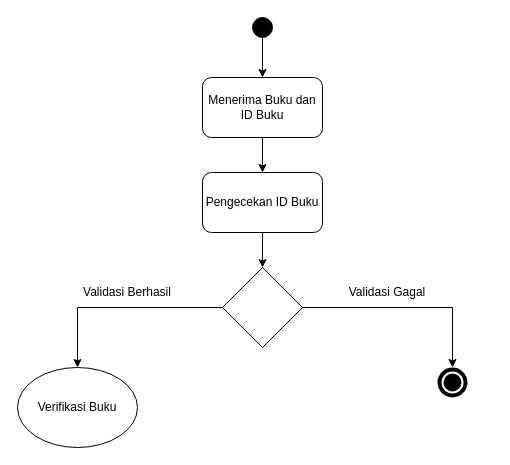
falihdzakwanz/drpl keeps this draw.io diagram as Mengembalikan Buku.drawio. Above is the earlier version. Source tidied: cells renumbered, new cells numbered last; positions are measured from the earlier drawing's top-left corner, leaving out a move shared by most shapes. Both pictures are drawn from the tidied source at 100%, with x=0, y=0 at pixel (17, 17).
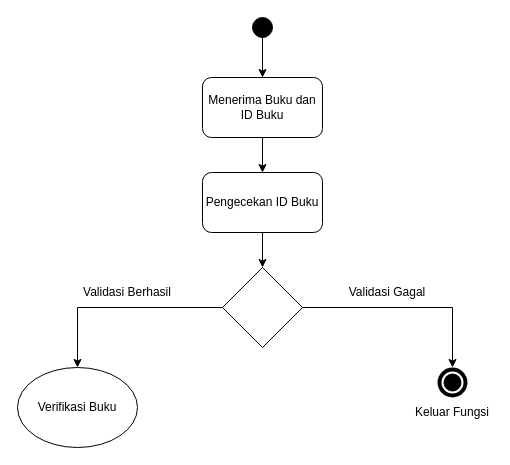
The same page after the edit.

Change to the diagram source:
```diff
@@
 <mxGraphModel>
   <root>
     <mxCell id="0" />
     <mxCell id="1" parent="0" />
     <mxCell id="2" style="edgeStyle=orthogonalEdgeStyle;rounded=0;jettySize=auto;html=1;exitX=0.5;exitY=1;exitDx=0;exitDy=0;entryX=0.5;entryY=0;entryDx=0;entryDy=0;" parent="1" edge="1" source="7" target="11">
       <mxGeometry relative="1" as="geometry" />
     </mxCell>
     <mxCell id="3" style="edgeStyle=orthogonalEdgeStyle;rounded=0;jettySize=auto;html=1;entryX=0.5;entryY=0;entryDx=0;entryDy=0;" parent="1" edge="1" source="4" target="7">
       <mxGeometry relative="1" as="geometry" />
     </mxCell>
     <mxCell id="4" style="ellipse;whiteSpace=wrap;html=1;fillColor=#000000;" parent="1" vertex="1">
       <mxGeometry x="235" width="20" height="20" as="geometry" />
     </mxCell>
     <mxCell id="5" style="edgeStyle=orthogonalEdgeStyle;rounded=0;jettySize=auto;html=1;entryX=0.5;entryY=0;entryDx=0;entryDy=0;entryPerimeter=0;" parent="1" edge="1" source="6" target="16">
       <mxGeometry relative="1" as="geometry" />
     </mxCell>
     <mxCell id="6" style="rhombus;whiteSpace=wrap;html=1;" parent="1" vertex="1">
       <mxGeometry x="205" y="250" width="80" height="80" as="geometry" />
     </mxCell>
     <mxCell id="7" value="Menerima Buku dan ID Buku" style="rounded=1;whiteSpace=wrap;html=1;" parent="1" vertex="1">
       <mxGeometry x="185" y="60" width="120" height="60" as="geometry" />
     </mxCell>
     <mxCell id="8" style="edgeStyle=orthogonalEdgeStyle;rounded=0;jettySize=auto;html=1;" parent="1" edge="1" source="6" target="14">
       <mxGeometry relative="1" as="geometry" />
     </mxCell>
     <mxCell id="9" value="Validasi Berhasil" style="text;html=1;align=center;verticalAlign=middle;whiteSpace=wrap;rounded=0;" parent="1" vertex="1">
       <mxGeometry x="60" y="260" width="100" height="30" as="geometry" />
     </mxCell>
     <mxCell id="10" style="edgeStyle=orthogonalEdgeStyle;rounded=0;jettySize=auto;html=1;entryX=0.5;entryY=0;entryDx=0;entryDy=0;" parent="1" edge="1" source="11" target="6">
       <mxGeometry relative="1" as="geometry" />
     </mxCell>
     <mxCell id="11" value="Pengecekan ID Buku" style="rounded=1;whiteSpace=wrap;html=1;" parent="1" vertex="1">
       <mxGeometry x="185" y="155" width="120" height="60" as="geometry" />
     </mxCell>
     <mxCell id="12" value="Validasi Gagal" style="text;html=1;align=center;verticalAlign=middle;whiteSpace=wrap;rounded=0;" parent="1" vertex="1">
       <mxGeometry x="330" y="260" width="80" height="30" as="geometry" />
     </mxCell>
     <mxCell id="13" style="group;" parent="1" vertex="1">
       <mxGeometry x="420" y="350" width="30" height="30" as="geometry" />
     </mxCell>
     <mxCell id="14" style="ellipse;whiteSpace=wrap;html=1;fillColor=#000000;shadow=0;strokeColor=#ffffff;strokeWidth=0;" parent="13" vertex="1">
       <mxGeometry width="30" height="30" as="geometry" />
     </mxCell>
     <mxCell id="15" style="ellipse;whiteSpace=wrap;html=1;fillColor=#000000;shadow=0;strokeColor=#ffffff;strokeWidth=2;" parent="13" vertex="1">
       <mxGeometry x="5" y="5" width="20" height="20" as="geometry" />
     </mxCell>
     <mxCell id="16" value="Verifikasi Buku" style="ellipse;whiteSpace=wrap;html=1;" parent="1" vertex="1">
       <mxGeometry y="350" width="120" height="80" as="geometry" />
     </mxCell>
+    <mxCell id="17" value="Keluar Fungsi" style="text;html=1;align=center;verticalAlign=middle;whiteSpace=wrap;rounded=0;" parent="1" vertex="1">
+      <mxGeometry x="395" y="380" width="80" height="30" as="geometry" />
+    </mxCell>
   </root>
 </mxGraphModel>
```
